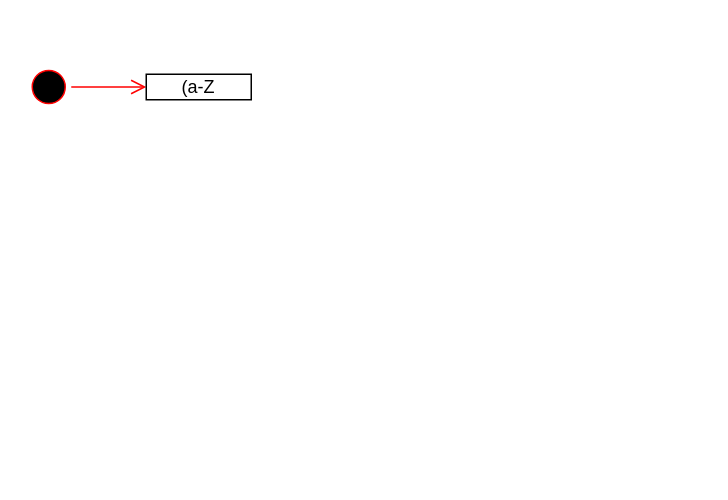
JPVenson/morestachio keeps this draw.io diagram as page "path" (3 of 4) of docs/Untitled Diagram.drawio. Above is the earlier version. Source tidied: cells renumbered, new cells numbered last; positions are measured from the earlier drawing's top-left corner, leaving out a move shared by most shapes. Both pictures are drawn from the tidied source at 150%, with x=0, y=0 at pixel (26, 64).
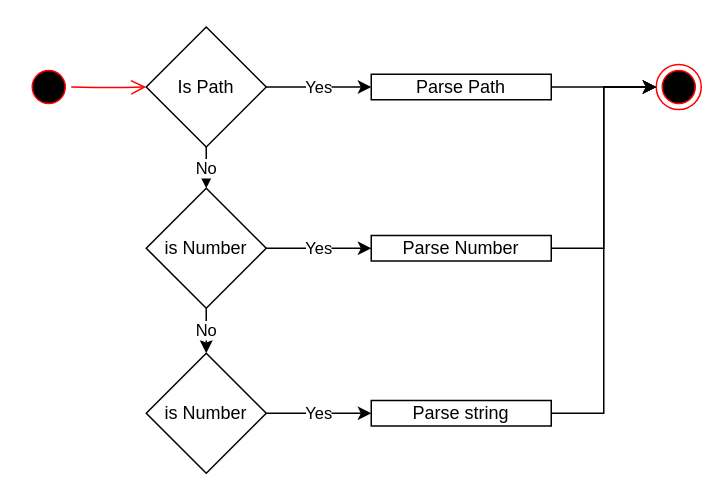
Above is the later version.

The edit, as a diff of the source:
```diff
@@
-    <mxCell id="3" style="edgeStyle=orthogonalEdgeStyle;html=1;verticalAlign=bottom;endArrow=open;endSize=8;strokeColor=#ff0000;entryX=0;entryY=0.5;entryDx=0;entryDy=0;" parent="1" edge="1">
+    <mxCell id="3" style="edgeStyle=orthogonalEdgeStyle;html=1;verticalAlign=bottom;endArrow=open;endSize=8;strokeColor=#ff0000;entryX=0;entryY=0.5;entryDx=0;entryDy=0;" parent="1" edge="1" target="10">
       <mxGeometry relative="1" as="geometry">
         <mxPoint x="30" y="14.5" as="sourcePoint" />
-        <mxPoint x="80" y="14.5" as="targetPoint" />
       </mxGeometry>
     </mxCell>
-    <mxCell id="4" value="(a-Z" style="rounded=0;whiteSpace=wrap;html=1;shadow=0;glass=0;sketch=0;gradientColor=none;" parent="1" vertex="1">
-      <mxGeometry x="80" y="6" width="70" height="17" as="geometry" />
-    </mxCell>
+    <mxCell id="5" style="ellipse;html=1;shape=endState;fillColor=#000000;strokeColor=#ff0000;" parent="1" vertex="1">
+      <mxGeometry x="420" y="-0.5" width="30" height="30" as="geometry" />
+    </mxCell>
+    <mxCell id="6" style="edgeStyle=orthogonalEdgeStyle;rounded=0;jettySize=auto;html=1;entryX=0;entryY=0.5;entryDx=0;entryDy=0;" parent="1" edge="1" source="7" target="5">
+      <mxGeometry relative="1" as="geometry" />
+    </mxCell>
+    <mxCell id="7" value="Parse Path" style="rounded=0;whiteSpace=wrap;html=1;shadow=0;glass=0;sketch=0;gradientColor=none;" parent="1" vertex="1">
+      <mxGeometry x="230" y="6" width="120" height="17" as="geometry" />
+    </mxCell>
+    <mxCell id="8" value="Yes" style="edgeStyle=orthogonalEdgeStyle;rounded=0;jettySize=auto;html=1;" parent="1" edge="1" source="10">
+      <mxGeometry relative="1" as="geometry">
+        <mxPoint x="230" y="14.5" as="targetPoint" />
+      </mxGeometry>
+    </mxCell>
+    <mxCell id="9" value="No" style="edgeStyle=orthogonalEdgeStyle;rounded=0;jettySize=auto;html=1;exitX=0.5;exitY=1;exitDx=0;exitDy=0;entryX=0.5;entryY=0;entryDx=0;entryDy=0;" parent="1" edge="1" source="10" target="13">
+      <mxGeometry relative="1" as="geometry" />
+    </mxCell>
+    <mxCell id="10" value="Is Path" style="rhombus;whiteSpace=wrap;html=1;" parent="1" vertex="1">
+      <mxGeometry x="80" y="-25.5" width="80" height="80" as="geometry" />
+    </mxCell>
+    <mxCell id="11" value="Yes" style="edgeStyle=orthogonalEdgeStyle;rounded=0;jettySize=auto;html=1;entryX=0;entryY=0.5;entryDx=0;entryDy=0;" parent="1" edge="1" source="13" target="15">
+      <mxGeometry relative="1" as="geometry">
+        <Array as="points">
+          <mxPoint x="180" y="122" />
+          <mxPoint x="180" y="122" />
+        </Array>
+      </mxGeometry>
+    </mxCell>
+    <mxCell id="12" value="No" style="edgeStyle=orthogonalEdgeStyle;rounded=0;jettySize=auto;html=1;exitX=0.5;exitY=1;exitDx=0;exitDy=0;entryX=0.5;entryY=0;entryDx=0;entryDy=0;" parent="1" edge="1" source="13" target="17">
+      <mxGeometry relative="1" as="geometry" />
+    </mxCell>
+    <mxCell id="13" value="is Number" style="rhombus;whiteSpace=wrap;html=1;" parent="1" vertex="1">
+      <mxGeometry x="80" y="82" width="80" height="80" as="geometry" />
+    </mxCell>
+    <mxCell id="14" style="edgeStyle=orthogonalEdgeStyle;rounded=0;jettySize=auto;html=1;entryX=0;entryY=0.5;entryDx=0;entryDy=0;" parent="1" edge="1" source="15" target="5">
+      <mxGeometry relative="1" as="geometry" />
+    </mxCell>
+    <mxCell id="15" value="Parse Number" style="rounded=0;whiteSpace=wrap;html=1;shadow=0;glass=0;sketch=0;gradientColor=none;" parent="1" vertex="1">
+      <mxGeometry x="230" y="113.5" width="120" height="17" as="geometry" />
+    </mxCell>
+    <mxCell id="16" value="Yes" style="edgeStyle=orthogonalEdgeStyle;rounded=0;jettySize=auto;html=1;entryX=0;entryY=0.5;entryDx=0;entryDy=0;" parent="1" edge="1" source="17" target="19">
+      <mxGeometry relative="1" as="geometry" />
+    </mxCell>
+    <mxCell id="17" value="is Number" style="rhombus;whiteSpace=wrap;html=1;" parent="1" vertex="1">
+      <mxGeometry x="80" y="192" width="80" height="80" as="geometry" />
+    </mxCell>
+    <mxCell id="18" style="edgeStyle=orthogonalEdgeStyle;rounded=0;jettySize=auto;html=1;entryX=0;entryY=0.5;entryDx=0;entryDy=0;" parent="1" edge="1" source="19" target="5">
+      <mxGeometry relative="1" as="geometry" />
+    </mxCell>
+    <mxCell id="19" value="Parse string" style="rounded=0;whiteSpace=wrap;html=1;shadow=0;glass=0;sketch=0;gradientColor=none;" parent="1" vertex="1">
+      <mxGeometry x="230" y="223.5" width="120" height="17" as="geometry" />
+    </mxCell>
```
